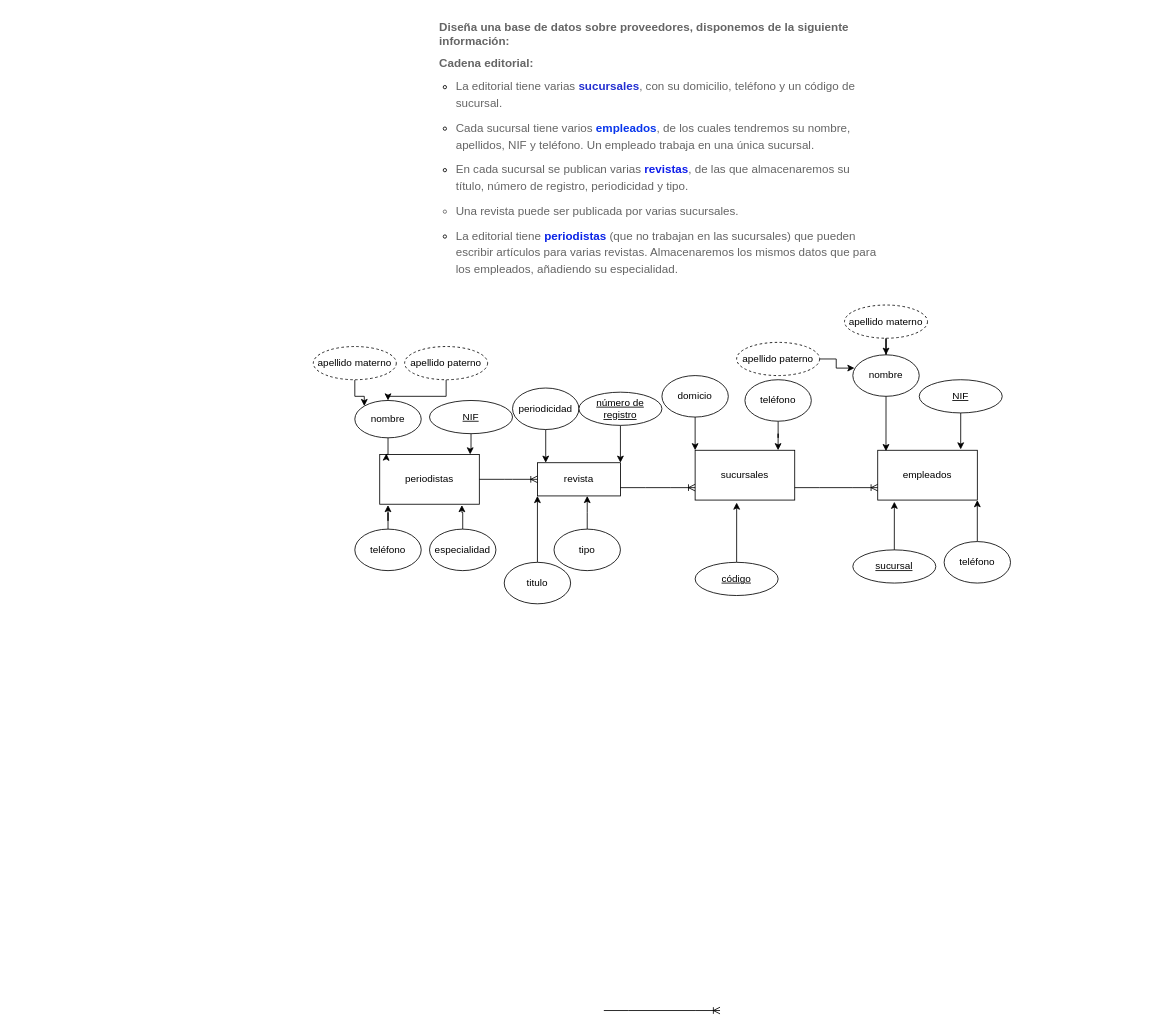
The draw.io diagram Diagrama sin título.drawio in SandraGael/prueba, before the edit. Source tidied: cells renumbered, new cells numbered last; positions are measured from the earlier drawing's top-left corner, leaving out a move shared by most shapes. Both pictures are drawn from the tidied source at 83%, with x=0, y=0 at pixel (313, 14).
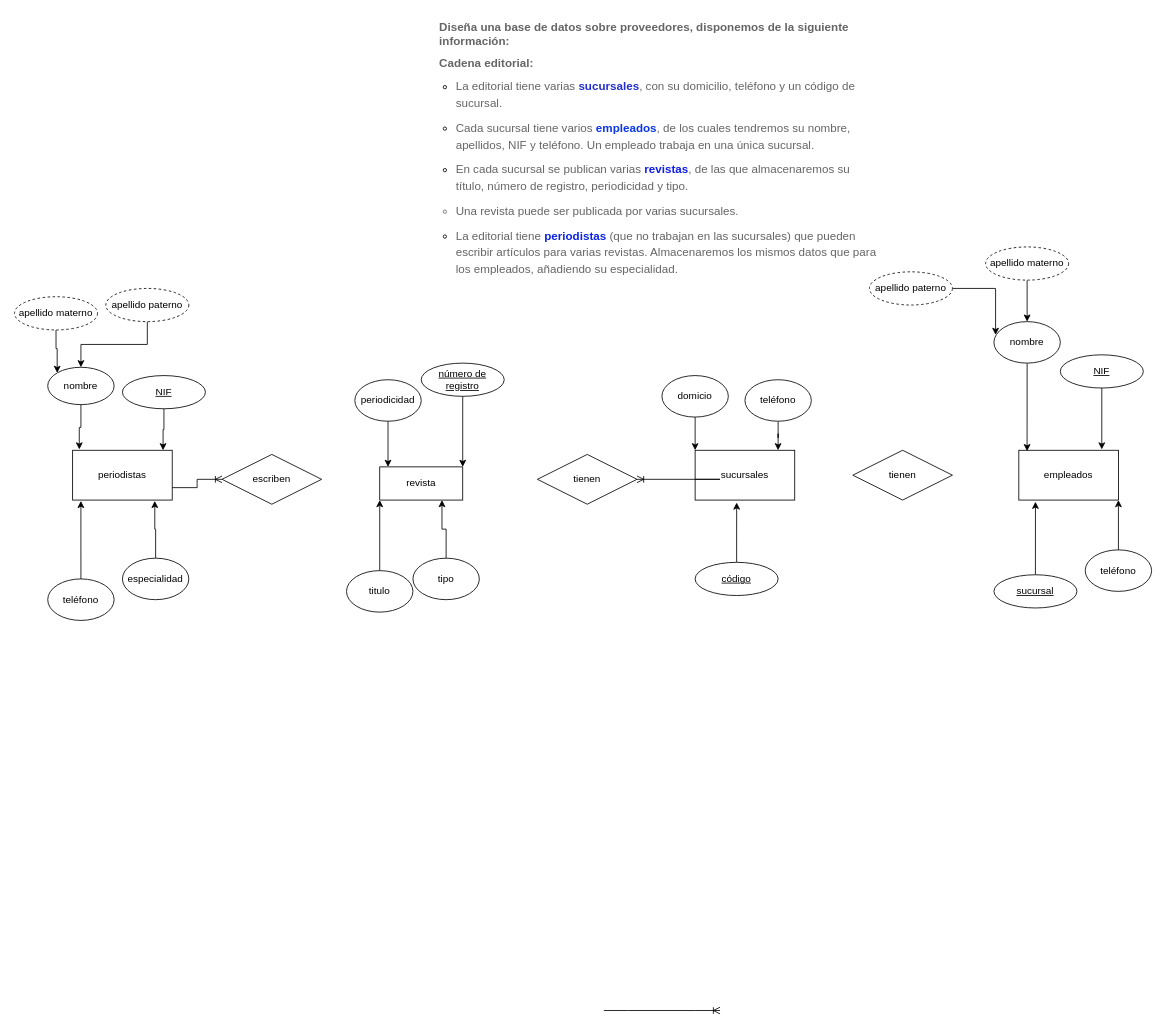
The same page after the edit.

Commit message:
Actualizar editorial sin título.drawio

The change refers to these unchanged cells:
```xml
<mxCell id="41" value="sucursales" style="rounded=0;whiteSpace=wrap;html=1;" parent="1" vertex="1">
  <mxGeometry x="460" y="525" width="120" height="60" as="geometry" />
</mxCell>
```

Diff of the diagram source:
```diff
@@
     <mxCell id="3" value="empleados" style="rounded=0;whiteSpace=wrap;html=1;" parent="1" vertex="1">
-      <mxGeometry x="680" y="525" width="120" height="60" as="geometry" />
+      <mxGeometry x="850" y="525" width="120" height="60" as="geometry" />
     </mxCell>
     <mxCell id="4" value="periodistas" style="rounded=0;whiteSpace=wrap;html=1;" parent="1" vertex="1">
-      <mxGeometry x="80" y="530" width="120" height="60" as="geometry" />
+      <mxGeometry x="-290" y="525" width="120" height="60" as="geometry" />
     </mxCell>
@@
     <mxCell id="10" value="nombre" style="ellipse;whiteSpace=wrap;html=1;" parent="1" vertex="1">
-      <mxGeometry x="650" y="410" width="80" height="50" as="geometry" />
+      <mxGeometry x="820" y="370" width="80" height="50" as="geometry" />
     </mxCell>
@@
     <mxCell id="12" value="teléfono" style="ellipse;whiteSpace=wrap;html=1;" parent="1" vertex="1">
-      <mxGeometry x="760" y="635" width="80" height="50" as="geometry" />
+      <mxGeometry x="930" y="645" width="80" height="50" as="geometry" />
     </mxCell>
@@
     <mxCell id="14" value="titulo" style="ellipse;whiteSpace=wrap;html=1;" parent="1" vertex="1">
-      <mxGeometry x="230" y="660" width="80" height="50" as="geometry" />
+      <mxGeometry x="40" y="670" width="80" height="50" as="geometry" />
     </mxCell>
@@
     <mxCell id="16" value="periodicidad" style="ellipse;whiteSpace=wrap;html=1;" parent="1" vertex="1">
-      <mxGeometry x="240" y="450" width="80" height="50" as="geometry" />
+      <mxGeometry x="50" y="440" width="80" height="50" as="geometry" />
     </mxCell>
-    <mxCell id="17" style="edgeStyle=orthogonalEdgeStyle;rounded=0;jettySize=auto;html=1;" parent="1" edge="1" source="18">
-      <mxGeometry relative="1" as="geometry">
-        <mxPoint x="330" y="580" as="targetPoint" />
-      </mxGeometry>
-    </mxCell>
+    <mxCell id="49" style="edgeStyle=orthogonalEdgeStyle;rounded=0;jettySize=auto;html=1;entryX=0.75;entryY=1;entryDx=0;entryDy=0;" parent="1" edge="1" source="18" target="46">
+      <mxGeometry relative="1" as="geometry" />
+    </mxCell>
     <mxCell id="18" value="tipo" style="ellipse;whiteSpace=wrap;html=1;" parent="1" vertex="1">
-      <mxGeometry x="290" y="620" width="80" height="50" as="geometry" />
+      <mxGeometry x="120" y="655" width="80" height="50" as="geometry" />
     </mxCell>
@@
     <mxCell id="20" value="nombre" style="ellipse;whiteSpace=wrap;html=1;" parent="1" vertex="1">
-      <mxGeometry x="50" y="465" width="80" height="45" as="geometry" />
+      <mxGeometry x="-320" y="425" width="80" height="45" as="geometry" />
     </mxCell>
@@
     <mxCell id="22" value="teléfono" style="ellipse;whiteSpace=wrap;html=1;" parent="1" vertex="1">
-      <mxGeometry x="50" y="620" width="80" height="50" as="geometry" />
+      <mxGeometry x="-320" y="680" width="80" height="50" as="geometry" />
     </mxCell>
@@
     <mxCell id="24" value="especialidad" style="ellipse;whiteSpace=wrap;html=1;" parent="1" vertex="1">
-      <mxGeometry x="140" y="620" width="80" height="50" as="geometry" />
+      <mxGeometry x="-230" y="655" width="80" height="50" as="geometry" />
     </mxCell>
@@
     <mxCell id="28" value="apellido paterno" style="ellipse;whiteSpace=wrap;html=1;align=center;dashed=1;" parent="1" vertex="1">
-      <mxGeometry x="510" y="395" width="100" height="40" as="geometry" />
+      <mxGeometry x="670" y="310" width="100" height="40" as="geometry" />
     </mxCell>
@@
     <mxCell id="30" value="apellido materno" style="ellipse;whiteSpace=wrap;html=1;align=center;dashed=1;" parent="1" vertex="1">
-      <mxGeometry x="640" y="350" width="100" height="40" as="geometry" />
+      <mxGeometry x="810" y="280" width="100" height="40" as="geometry" />
     </mxCell>
@@
     <mxCell id="32" value="NIF" style="ellipse;whiteSpace=wrap;html=1;align=center;fontStyle=4;" parent="1" vertex="1">
-      <mxGeometry x="730" y="440" width="100" height="40" as="geometry" />
+      <mxGeometry x="900" y="410" width="100" height="40" as="geometry" />
     </mxCell>
@@
     <mxCell id="34" value="sucursal" style="ellipse;whiteSpace=wrap;html=1;align=center;fontStyle=4;" parent="1" vertex="1">
-      <mxGeometry x="650" y="645" width="100" height="40" as="geometry" />
+      <mxGeometry x="820" y="675" width="100" height="40" as="geometry" />
     </mxCell>
@@
     <mxCell id="36" value="número de registro" style="ellipse;whiteSpace=wrap;html=1;align=center;fontStyle=4;" parent="1" vertex="1">
-      <mxGeometry x="320" y="455" width="100" height="40" as="geometry" />
+      <mxGeometry x="130" y="420" width="100" height="40" as="geometry" />
     </mxCell>
@@
     <mxCell id="38" value="apellido materno" style="ellipse;whiteSpace=wrap;html=1;align=center;dashed=1;" parent="1" vertex="1">
-      <mxGeometry y="400" width="100" height="40" as="geometry" />
+      <mxGeometry x="-360" y="340" width="100" height="40" as="geometry" />
     </mxCell>
@@
     <mxCell id="40" value="apellido paterno" style="ellipse;whiteSpace=wrap;html=1;align=center;dashed=1;" parent="1" vertex="1">
-      <mxGeometry x="110" y="400" width="100" height="40" as="geometry" />
+      <mxGeometry x="-250" y="330" width="100" height="40" as="geometry" />
     </mxCell>
@@
-    <mxCell id="42" style="edgeStyle=entityRelationEdgeStyle;fontSize=12;html=1;endArrow=ERoneToMany;rounded=0;entryX=0;entryY=0.75;entryDx=0;entryDy=0;exitX=1;exitY=0.75;exitDx=0;exitDy=0;" parent="1" edge="1" source="41" target="3">
-      <mxGeometry relative="1" as="geometry" />
-    </mxCell>
@@
     <mxCell id="44" value="NIF" style="ellipse;whiteSpace=wrap;html=1;align=center;fontStyle=4;" parent="1" vertex="1">
-      <mxGeometry x="140" y="465" width="100" height="40" as="geometry" />
+      <mxGeometry x="-230" y="435" width="100" height="40" as="geometry" />
     </mxCell>
@@
     <mxCell id="46" value="revista" style="whiteSpace=wrap;html=1;align=center;" parent="1" vertex="1">
-      <mxGeometry x="270" y="540" width="100" height="40" as="geometry" />
+      <mxGeometry x="80" y="545" width="100" height="40" as="geometry" />
     </mxCell>
-    <mxCell id="47" style="edgeStyle=entityRelationEdgeStyle;fontSize=12;html=1;endArrow=ERoneToMany;rounded=0;entryX=0;entryY=0.75;entryDx=0;entryDy=0;" parent="1" edge="1" target="41">
-      <mxGeometry relative="1" as="geometry">
-        <mxPoint x="370" y="570" as="sourcePoint" />
-      </mxGeometry>
-    </mxCell>
-    <mxCell id="48" style="edgeStyle=entityRelationEdgeStyle;fontSize=12;html=1;endArrow=ERoneToMany;rounded=0;exitX=1;exitY=0.5;exitDx=0;exitDy=0;" parent="1" edge="1" source="4" target="46">
-      <mxGeometry relative="1" as="geometry" />
-    </mxCell>
+    <mxCell id="50" value="tienen" style="shape=rhombus;perimeter=rhombusPerimeter;whiteSpace=wrap;html=1;align=center;" parent="1" vertex="1">
+      <mxGeometry x="270" y="530" width="120" height="60" as="geometry" />
+    </mxCell>
+    <mxCell id="51" value="escriben" style="shape=rhombus;perimeter=rhombusPerimeter;whiteSpace=wrap;html=1;align=center;" parent="1" vertex="1">
+      <mxGeometry x="-110" y="530" width="120" height="60" as="geometry" />
+    </mxCell>
+    <mxCell id="52" value="tienen" style="shape=rhombus;perimeter=rhombusPerimeter;whiteSpace=wrap;html=1;align=center;" parent="1" vertex="1">
+      <mxGeometry x="650" y="525" width="120" height="60" as="geometry" />
+    </mxCell>
+    <mxCell id="53" style="edgeStyle=entityRelationEdgeStyle;fontSize=12;html=1;endArrow=ERoneToMany;rounded=0;" parent="1" edge="1" target="51">
+      <mxGeometry relative="1" as="geometry">
+        <mxPoint x="-170" y="570" as="sourcePoint" />
+      </mxGeometry>
+    </mxCell>
+    <mxCell id="54" style="edgeStyle=entityRelationEdgeStyle;fontSize=12;html=1;endArrow=ERoneToMany;rounded=0;" parent="1" edge="1" target="50">
+      <mxGeometry relative="1" as="geometry">
+        <mxPoint x="460" y="560" as="sourcePoint" />
+      </mxGeometry>
+    </mxCell>
```
